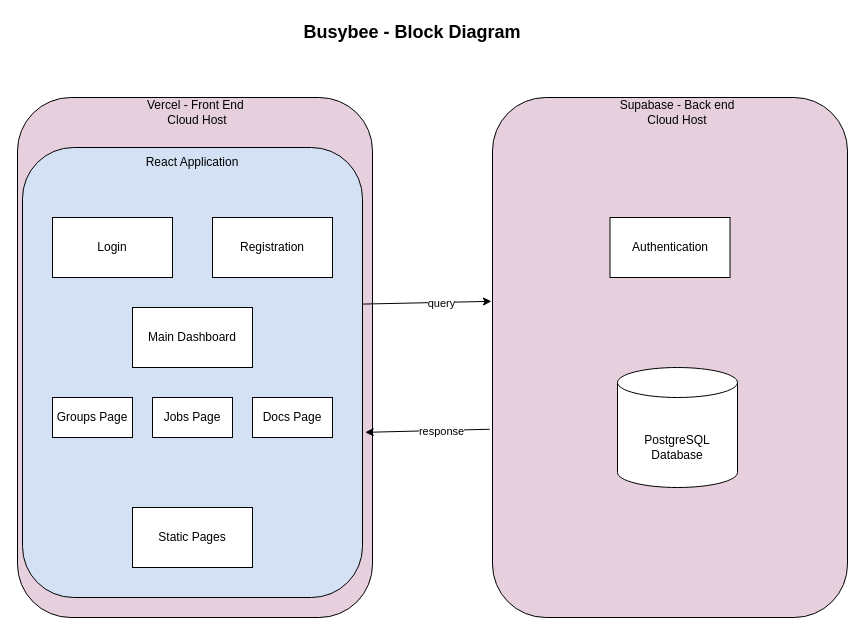
The draw.io diagram Documentation/block-diagram.drawio in Masonluna/BusyBee, before the edit. Source tidied: cells renumbered, new cells numbered last; positions are measured from the earlier drawing's top-left corner, leaving out a move shared by most shapes. Both pictures are drawn from the tidied source at 100%, with x=0, y=0 at pixel (17, 17).
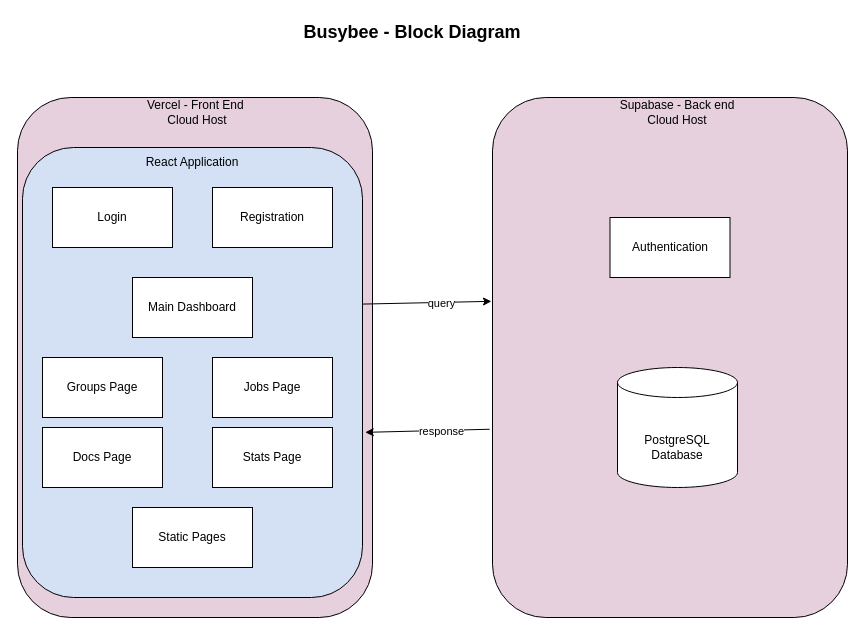
The same page after the edit.

Commit message (it also covers changes not shown here):
Updated block diagram

What changed in the source:
```diff
@@
     <mxCell id="9" value="Login" style="rounded=0;whiteSpace=wrap;html=1;" parent="1" vertex="1">
-      <mxGeometry x="35" y="200" width="120" height="60" as="geometry" />
+      <mxGeometry x="35" y="170" width="120" height="60" as="geometry" />
     </mxCell>
     <mxCell id="10" value="Registration" style="rounded=0;whiteSpace=wrap;html=1;" parent="1" vertex="1">
-      <mxGeometry x="195" y="200" width="120" height="60" as="geometry" />
+      <mxGeometry x="195" y="170" width="120" height="60" as="geometry" />
     </mxCell>
     <mxCell id="11" value="Main Dashboard" style="rounded=0;whiteSpace=wrap;html=1;" parent="1" vertex="1">
-      <mxGeometry x="115" y="290" width="120" height="60" as="geometry" />
+      <mxGeometry x="115" y="260" width="120" height="60" as="geometry" />
     </mxCell>
-    <mxCell id="12" value="Groups Page" style="rounded=0;whiteSpace=wrap;html=1;" parent="1" vertex="1">
-      <mxGeometry x="35" y="380" width="80" height="40" as="geometry" />
-    </mxCell>
@@
+    <mxCell id="12" value="Groups Page" style="rounded=0;whiteSpace=wrap;html=1;" parent="1" vertex="1">
+      <mxGeometry x="25" y="340" width="120" height="60" as="geometry" />
+    </mxCell>
+    <mxCell id="21" value="Docs Page" style="rounded=0;whiteSpace=wrap;html=1;" parent="1" vertex="1">
+      <mxGeometry x="25" y="410" width="120" height="60" as="geometry" />
+    </mxCell>
     <mxCell id="20" value="Jobs Page" style="rounded=0;whiteSpace=wrap;html=1;" parent="1" vertex="1">
-      <mxGeometry x="135" y="380" width="80" height="40" as="geometry" />
+      <mxGeometry x="195" y="340" width="120" height="60" as="geometry" />
     </mxCell>
-    <mxCell id="21" value="Docs Page" style="rounded=0;whiteSpace=wrap;html=1;" parent="1" vertex="1">
-      <mxGeometry x="235" y="380" width="80" height="40" as="geometry" />
-    </mxCell>
+    <mxCell id="22" value="Stats Page" style="rounded=0;whiteSpace=wrap;html=1;" parent="1" vertex="1">
+      <mxGeometry x="195" y="410" width="120" height="60" as="geometry" />
+    </mxCell>
```
